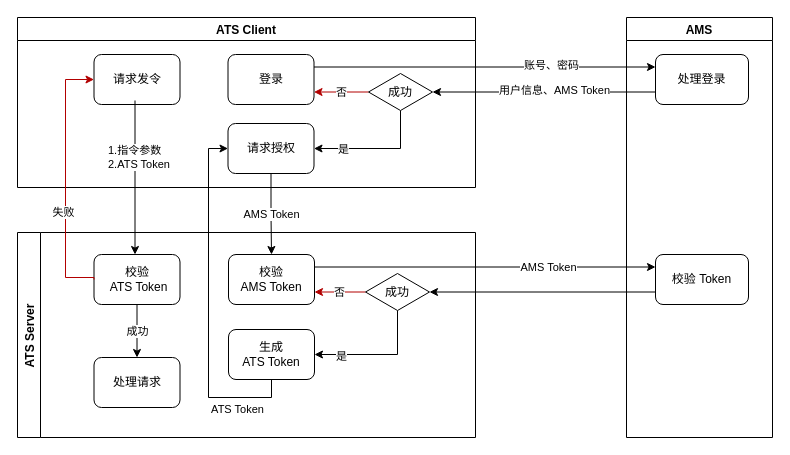
This is Draw/ATS/Authority_Client.drawio from huangjia2107/DrawOnline, a draw.io file, before an edit. Source tidied: cells renumbered, new cells numbered last; positions are measured from the earlier drawing's top-left corner, leaving out a move shared by most shapes. Both pictures are drawn from the tidied source at 100%, with x=0, y=0 at pixel (17, 17).
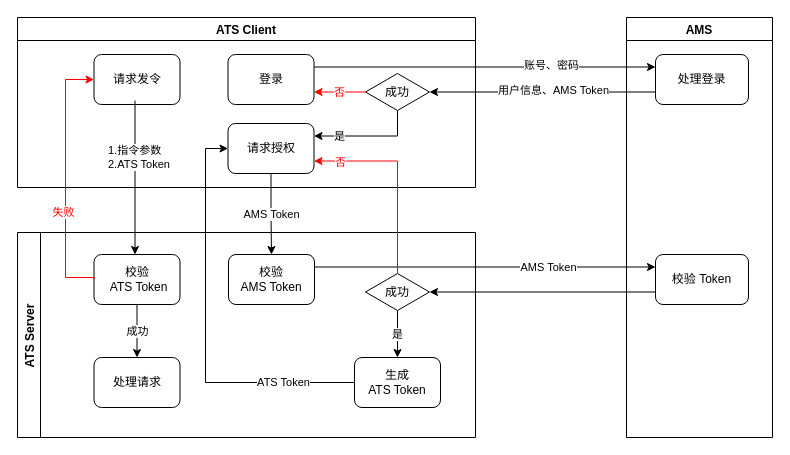
Above is the later version.

Unchanged cells that the change refers to:
```xml
<mxCell id="2" value="ATS Server" style="swimlane;horizontal=0;" parent="1" vertex="1">
  <mxGeometry y="215" width="458" height="205" as="geometry" />
</mxCell>
<mxCell id="5" value="校验 &lt;br&gt;AMS Token" style="rounded=1;whiteSpace=wrap;html=1;" parent="2" vertex="1">
  <mxGeometry x="211" y="22" width="86" height="50" as="geometry" />
</mxCell>
<mxCell id="9" value="成功" style="rhombus;whiteSpace=wrap;html=1;" parent="2" vertex="1">
  <mxGeometry x="348" y="41" width="64" height="37" as="geometry" />
</mxCell>
<mxCell id="11" value="校验&lt;br&gt;&amp;nbsp;ATS Token" style="rounded=1;whiteSpace=wrap;html=1;" parent="2" vertex="1">
  <mxGeometry x="76.5" y="22" width="86" height="50" as="geometry" />
</mxCell>
<mxCell id="15" value="ATS Client" style="swimlane;" parent="1" vertex="1">
  <mxGeometry width="458" height="170" as="geometry" />
</mxCell>
<mxCell id="16" value="登录" style="rounded=1;whiteSpace=wrap;html=1;" parent="15" vertex="1">
  <mxGeometry x="210.5" y="37" width="86" height="50" as="geometry" />
</mxCell>
<mxCell id="17" value="请求发令" style="rounded=1;whiteSpace=wrap;html=1;" parent="15" vertex="1">
  <mxGeometry x="76.5" y="37" width="86" height="50" as="geometry" />
</mxCell>
<mxCell id="22" value="请求授权" style="rounded=1;whiteSpace=wrap;html=1;" parent="15" vertex="1">
  <mxGeometry x="210.5" y="106" width="86" height="50" as="geometry" />
</mxCell>
```

Change to the diagram source:
```diff
@@
-    <mxCell id="6" value="否" style="edgeStyle=orthogonalEdgeStyle;rounded=0;jettySize=auto;html=1;exitX=0;exitY=0.5;exitDx=0;exitDy=0;entryX=1;entryY=0.75;entryDx=0;entryDy=0;fillColor=#e51400;strokeColor=#B20000;" parent="2" edge="1" source="9" target="5">
-      <mxGeometry relative="1" as="geometry" />
-    </mxCell>
-    <mxCell id="7" style="edgeStyle=orthogonalEdgeStyle;rounded=0;jettySize=auto;html=1;exitX=0.5;exitY=1;exitDx=0;exitDy=0;entryX=1;entryY=0.5;entryDx=0;entryDy=0;" parent="2" edge="1" source="9" target="10">
-      <mxGeometry relative="1" as="geometry" />
-    </mxCell>
-    <mxCell id="8" value="是" style="edgeLabel;html=1;align=center;verticalAlign=middle;" parent="7" vertex="1">
-      <mxGeometry x="0.59" y="1" relative="1" as="geometry" />
+    <mxCell id="8" value="是" style="edgeStyle=orthogonalEdgeStyle;rounded=0;jettySize=auto;html=1;exitX=0.5;exitY=1;exitDx=0;exitDy=0;entryX=0.5;entryY=0;entryDx=0;entryDy=0;fontColor=#000000;strokeColor=#000000;" parent="2" edge="1" source="9" target="10">
+      <mxGeometry relative="1" as="geometry" />
     </mxCell>
@@
     <mxCell id="10" value="生成 &lt;br&gt;ATS Token" style="rounded=1;whiteSpace=wrap;html=1;" parent="2" vertex="1">
-      <mxGeometry x="211" y="97" width="86" height="50" as="geometry" />
+      <mxGeometry x="337" y="125" width="86" height="50" as="geometry" />
     </mxCell>
@@
-    <mxCell id="18" value="否" style="edgeStyle=orthogonalEdgeStyle;rounded=0;jettySize=auto;html=1;exitX=0;exitY=0.5;exitDx=0;exitDy=0;entryX=1;entryY=0.75;entryDx=0;entryDy=0;fillColor=#e51400;strokeColor=#B20000;" parent="15" edge="1" source="21" target="16">
-      <mxGeometry relative="1" as="geometry" />
-    </mxCell>
-    <mxCell id="19" style="edgeStyle=orthogonalEdgeStyle;rounded=0;jettySize=auto;html=1;exitX=0.5;exitY=1;exitDx=0;exitDy=0;entryX=1;entryY=0.5;entryDx=0;entryDy=0;" parent="15" edge="1" source="21" target="22">
+    <mxCell id="19" style="edgeStyle=orthogonalEdgeStyle;rounded=0;jettySize=auto;html=1;exitX=0.5;exitY=1;exitDx=0;exitDy=0;entryX=1;entryY=0.25;entryDx=0;entryDy=0;" parent="15" edge="1" source="21" target="22">
       <mxGeometry relative="1" as="geometry" />
     </mxCell>
@@
+    <mxCell id="18" value="否" style="edgeStyle=orthogonalEdgeStyle;rounded=0;jettySize=auto;html=1;exitX=0;exitY=0.5;exitDx=0;exitDy=0;entryX=1;entryY=0.75;entryDx=0;entryDy=0;fillColor=#e51400;strokeColor=#FF0000;fontColor=#FF0000;" parent="15" edge="1" source="21" target="16">
+      <mxGeometry relative="1" as="geometry">
+        <Array as="points">
+          <mxPoint x="328" y="75" />
+          <mxPoint x="328" y="75" />
+        </Array>
+      </mxGeometry>
+    </mxCell>
     <mxCell id="21" value="成功" style="rhombus;whiteSpace=wrap;html=1;" parent="15" vertex="1">
-      <mxGeometry x="351" y="56" width="64" height="37" as="geometry" />
+      <mxGeometry x="348" y="56" width="64" height="37" as="geometry" />
     </mxCell>
@@
-    <mxCell id="29" style="edgeStyle=orthogonalEdgeStyle;rounded=0;jettySize=auto;html=1;exitX=0;exitY=0.5;exitDx=0;exitDy=0;entryX=0;entryY=0.5;entryDx=0;entryDy=0;fillColor=#e51400;strokeColor=#B20000;" parent="1" edge="1" source="11" target="17">
+    <mxCell id="29" style="edgeStyle=orthogonalEdgeStyle;rounded=0;jettySize=auto;html=1;exitX=0;exitY=0.5;exitDx=0;exitDy=0;entryX=0;entryY=0.5;entryDx=0;entryDy=0;fillColor=#e51400;strokeColor=#FF0000;" parent="1" edge="1" source="11" target="17">
       <mxGeometry relative="1" as="geometry">
         <Array as="points">
           <mxPoint x="77" y="260" />
           <mxPoint x="48" y="260" />
           <mxPoint x="48" y="62" />
         </Array>
       </mxGeometry>
     </mxCell>
-    <mxCell id="30" value="失败" style="edgeLabel;html=1;align=center;verticalAlign=middle;" parent="29" vertex="1">
+    <mxCell id="30" value="失败" style="edgeLabel;html=1;align=center;verticalAlign=middle;fontColor=#FF0000;" parent="29" vertex="1">
       <mxGeometry x="-0.37" y="4" relative="1" as="geometry">
         <mxPoint x="1" y="-15" as="offset" />
       </mxGeometry>
     </mxCell>
@@
-    <mxCell id="33" style="edgeStyle=orthogonalEdgeStyle;rounded=0;jettySize=auto;html=1;exitX=0.5;exitY=1;exitDx=0;exitDy=0;entryX=0;entryY=0.5;entryDx=0;entryDy=0;" parent="1" edge="1" source="10" target="22">
+    <mxCell id="33" style="edgeStyle=orthogonalEdgeStyle;rounded=0;jettySize=auto;html=1;exitX=0;exitY=0.5;exitDx=0;exitDy=0;entryX=0;entryY=0.5;entryDx=0;entryDy=0;" parent="1" edge="1" source="10" target="22">
       <mxGeometry relative="1" as="geometry">
         <Array as="points">
-          <mxPoint x="254" y="380" />
-          <mxPoint x="191" y="380" />
-          <mxPoint x="191" y="131" />
+          <mxPoint x="188" y="365" />
+          <mxPoint x="188" y="131" />
         </Array>
       </mxGeometry>
     </mxCell>
     <mxCell id="34" value="ATS Token" style="edgeLabel;html=1;align=center;verticalAlign=middle;" parent="33" vertex="1">
       <mxGeometry x="-0.57" relative="1" as="geometry">
-        <mxPoint x="22" y="11" as="offset" />
+        <mxPoint x="15" y="-1" as="offset" />
       </mxGeometry>
     </mxCell>
+    <mxCell id="35" style="edgeStyle=orthogonalEdgeStyle;rounded=0;jettySize=auto;html=1;exitX=0.5;exitY=0;exitDx=0;exitDy=0;entryX=1;entryY=0.75;entryDx=0;entryDy=0;fillColor=#e51400;strokeColor=#FF0000;" parent="1" edge="1" source="9" target="22">
+      <mxGeometry relative="1" as="geometry" />
+    </mxCell>
+    <mxCell id="36" value="否" style="edgeLabel;html=1;align=center;verticalAlign=middle;fontColor=#FF0000;" parent="35" vertex="1">
+      <mxGeometry x="0.7" y="1" relative="1" as="geometry">
+        <mxPoint x="-3" as="offset" />
+      </mxGeometry>
+    </mxCell>
```
